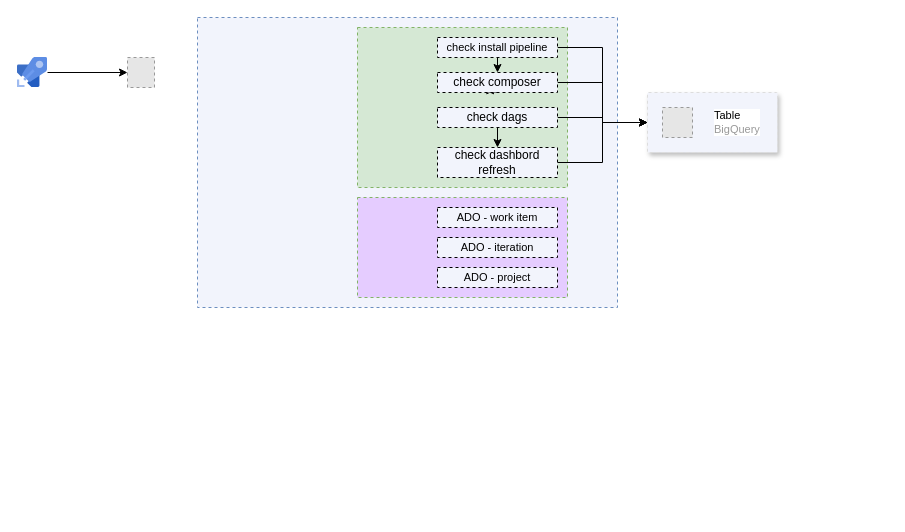
Before: GCP/Untitled Diagram.drawio in yiben-zhengjing/CloudStudy, a draw.io diagram. Source tidied: cells renumbered, new cells numbered last; positions are measured from the earlier drawing's top-left corner, leaving out a move shared by most shapes. Both pictures are drawn from the tidied source at 100%, with x=0, y=0 at pixel (17, 17). Pictures stored in the file or linked from it are replaced by grey dashed boxes.
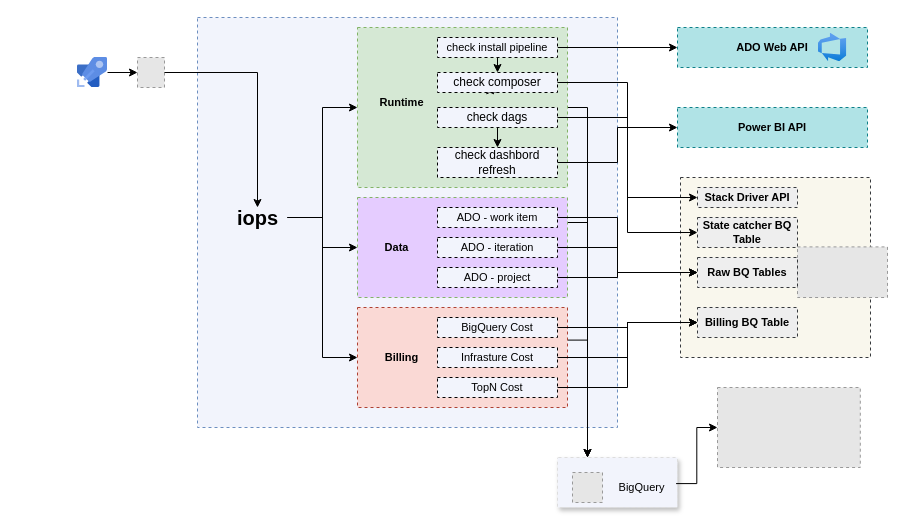
After the change.

Unchanged cells that the change refers to:
```xml
<mxCell id="6" style="whiteSpace=wrap;html=1;rounded=0;dashed=1;fontSize=11;fillColor=#d5e8d4;strokeColor=#82b366;" parent="1" vertex="1">
  <mxGeometry x="340" y="10" width="210" height="160" as="geometry" />
</mxCell>
<mxCell id="9" value="&lt;font style=&quot;font-size: 11px;&quot;&gt;check install pipeline&lt;/font&gt;" style="whiteSpace=wrap;html=1;rounded=0;dashed=1;fillColor=#F2F4FC;" parent="1" vertex="1">
  <mxGeometry x="420" y="20" width="120" height="20" as="geometry" />
</mxCell>
<mxCell id="12" value="check composer" style="whiteSpace=wrap;html=1;rounded=0;dashed=1;fillColor=#F2F4FC;" parent="1" vertex="1">
  <mxGeometry x="420" y="55" width="120" height="20" as="geometry" />
</mxCell>
<mxCell id="15" value="check dags" style="whiteSpace=wrap;html=1;rounded=0;dashed=1;fillColor=#F2F4FC;" parent="1" vertex="1">
  <mxGeometry x="420" y="90" width="120" height="20" as="geometry" />
</mxCell>
<mxCell id="17" value="check dashbord refresh" style="whiteSpace=wrap;html=1;rounded=0;dashed=1;fillColor=#F2F4FC;" parent="1" vertex="1">
  <mxGeometry x="420" y="130" width="120" height="30" as="geometry" />
</mxCell>
<mxCell id="20" style="whiteSpace=wrap;html=1;rounded=0;dashed=1;fontSize=11;fillColor=#E5CCFF;strokeColor=#82b366;" parent="1" vertex="1">
  <mxGeometry x="340" y="180" width="210" height="100" as="geometry" />
</mxCell>
<mxCell id="21" value="&lt;span style=&quot;font-size: 11px;&quot;&gt;ADO - work item&lt;/span&gt;" style="whiteSpace=wrap;html=1;rounded=0;dashed=1;fillColor=#F2F4FC;" parent="1" vertex="1">
  <mxGeometry x="420" y="190" width="120" height="20" as="geometry" />
</mxCell>
<mxCell id="22" value="&lt;span style=&quot;font-size: 11px;&quot;&gt;ADO - iteration&lt;/span&gt;" style="whiteSpace=wrap;html=1;rounded=0;dashed=1;fillColor=#F2F4FC;" parent="1" vertex="1">
  <mxGeometry x="420" y="220" width="120" height="20" as="geometry" />
</mxCell>
<mxCell id="23" value="&lt;span style=&quot;font-size: 11px;&quot;&gt;ADO - project&lt;/span&gt;" style="whiteSpace=wrap;html=1;rounded=0;dashed=1;fillColor=#F2F4FC;" parent="1" vertex="1">
  <mxGeometry x="420" y="250" width="120" height="20" as="geometry" />
</mxCell>
```

Change to the diagram source:
```diff
@@
     <mxCell id="3" style="sketch=0;html=1;points=[];align=center;image;fontSize=12;image=img/lib/mscae/Azure_Pipelines.svg;" parent="1" vertex="1">
-      <mxGeometry y="40" width="30" height="30" as="geometry" />
+      <mxGeometry x="60" y="40" width="30" height="30" as="geometry" />
     </mxCell>
     <mxCell id="4" style="fillColor=#E6E6E6;strokeColor=#999999;dashed=1;verticalLabelPosition=bottom;labelBackgroundColor=#ffffff;verticalAlign=top;" parent="1" vertex="1">
-      <mxGeometry x="110" y="40" width="27" height="30" as="geometry" />
+      <mxGeometry x="120" y="40" width="27" height="30" as="geometry" />
     </mxCell>
     <mxCell id="5" style="whiteSpace=wrap;html=1;rounded=0;dashed=1;fillColor=#F2F4FC;strokeColor=#6c8ebf;" parent="1" vertex="1">
-      <mxGeometry x="180" width="420" height="290" as="geometry" />
+      <mxGeometry x="180" width="420" height="410" as="geometry" />
     </mxCell>
+    <mxCell id="24" style="edgeStyle=orthogonalEdgeStyle;rounded=0;jettySize=auto;html=1;fontSize=20;strokeColor=#000000;strokeWidth=1;" parent="1" edge="1" source="4" target="41">
+      <mxGeometry relative="1" as="geometry" />
+    </mxCell>
+    <mxCell id="25" style="edgeStyle=orthogonalEdgeStyle;rounded=0;jettySize=auto;html=1;exitX=1;exitY=0.5;exitDx=0;exitDy=0;entryX=0.25;entryY=0;entryDx=0;entryDy=0;fontSize=11;strokeColor=#000000;strokeWidth=1;" parent="1" edge="1" source="6" target="18">
+      <mxGeometry relative="1" as="geometry" />
+    </mxCell>
@@
-    <mxCell id="8" style="edgeStyle=orthogonalEdgeStyle;rounded=0;jettySize=auto;html=1;entryX=0;entryY=0.5;entryDx=0;entryDy=0;fontSize=11;strokeColor=#000000;strokeWidth=1;" parent="1" edge="1" source="9" target="18">
-      <mxGeometry relative="1" as="geometry" />
-    </mxCell>
+    <mxCell id="26" style="edgeStyle=orthogonalEdgeStyle;rounded=0;jettySize=auto;html=1;entryX=0;entryY=0.5;entryDx=0;entryDy=0;fontSize=20;strokeColor=#000000;strokeWidth=1;" parent="1" edge="1" source="9" target="43">
+      <mxGeometry relative="1" as="geometry" />
+    </mxCell>
@@
-    <mxCell id="11" style="edgeStyle=orthogonalEdgeStyle;rounded=0;jettySize=auto;html=1;entryX=0;entryY=0.5;entryDx=0;entryDy=0;fontSize=11;strokeColor=#000000;strokeWidth=1;" parent="1" edge="1" source="12" target="18">
-      <mxGeometry relative="1" as="geometry" />
-    </mxCell>
@@
-    <mxCell id="14" style="edgeStyle=orthogonalEdgeStyle;rounded=0;jettySize=auto;html=1;entryX=0;entryY=0.5;entryDx=0;entryDy=0;fontSize=11;strokeColor=#000000;strokeWidth=1;" parent="1" edge="1" source="15" target="18">
-      <mxGeometry relative="1" as="geometry" />
-    </mxCell>
@@
-    <mxCell id="16" style="edgeStyle=orthogonalEdgeStyle;rounded=0;jettySize=auto;html=1;entryX=0;entryY=0.5;entryDx=0;entryDy=0;fontSize=11;strokeColor=#000000;strokeWidth=1;" parent="1" edge="1" source="17" target="18">
-      <mxGeometry relative="1" as="geometry" />
-    </mxCell>
+    <mxCell id="27" style="edgeStyle=orthogonalEdgeStyle;rounded=0;jettySize=auto;html=1;entryX=0;entryY=0.5;entryDx=0;entryDy=0;fontSize=11;strokeColor=#000000;strokeWidth=1;" parent="1" edge="1" source="17" target="61">
+      <mxGeometry relative="1" as="geometry" />
+    </mxCell>
@@
     <mxCell id="18" style="strokeColor=#dddddd;shadow=1;strokeWidth=1;rounded=1;absoluteArcSize=1;arcSize=2;dashed=1;fontSize=11;fillColor=#F2F4FC;" parent="1" vertex="1">
-      <mxGeometry x="630" y="75" width="130" height="60" as="geometry" />
+      <mxGeometry x="540" y="440" width="120" height="50" as="geometry" />
     </mxCell>
-    <mxCell id="19" value="&lt;font color=&quot;#000000&quot;&gt;Table&lt;br&gt;&lt;/font&gt;BigQuery" style="fillColor=#E6E6E6;strokeColor=#999999;dashed=1;html=1;fontColor=#999999;verticalLabelPosition=middle;labelBackgroundColor=#ffffff;verticalAlign=middle;labelPosition=right;align=left;spacingLeft=20;fontSize=11;" parent="18" vertex="1">
+    <mxCell id="19" style="fillColor=#E6E6E6;strokeColor=#999999;dashed=1;html=1;fontColor=#999999;verticalLabelPosition=middle;labelBackgroundColor=#ffffff;verticalAlign=middle;labelPosition=right;align=left;spacingLeft=20;fontSize=11;" parent="18" vertex="1">
       <mxGeometry width="30" height="30" relative="1" as="geometry">
         <mxPoint x="15" y="15" as="offset" />
       </mxGeometry>
     </mxCell>
+    <mxCell id="28" value="&lt;font style=&quot;font-size: 11px;&quot;&gt;BigQuery&lt;/font&gt;" style="text;html=1;align=center;verticalAlign=middle;points=[];fillColor=none;strokeColor=none;rounded=0;fontSize=20;" parent="18" vertex="1">
+      <mxGeometry x="48.6" y="11.1" width="70" height="30" as="geometry" />
+    </mxCell>
+    <mxCell id="29" style="edgeStyle=orthogonalEdgeStyle;rounded=0;jettySize=auto;html=1;entryX=0.25;entryY=0;entryDx=0;entryDy=0;fontSize=11;strokeColor=#000000;strokeWidth=1;exitX=1;exitY=0.25;exitDx=0;exitDy=0;" parent="1" edge="1" source="20" target="18">
+      <mxGeometry relative="1" as="geometry" />
+    </mxCell>
@@
+    <mxCell id="30" value="&lt;b&gt;Runtime&lt;/b&gt;" style="text;html=1;align=center;verticalAlign=middle;fillColor=none;strokeColor=none;rounded=0;dashed=1;fontSize=11;" parent="1" vertex="1">
+      <mxGeometry x="354" y="75" width="60" height="20" as="geometry" />
+    </mxCell>
+    <mxCell id="31" value="&lt;b&gt;Data&lt;/b&gt;" style="text;html=1;align=center;verticalAlign=middle;fillColor=none;strokeColor=none;rounded=0;dashed=1;fontSize=11;" parent="1" vertex="1">
+      <mxGeometry x="359" y="220" width="40" height="20" as="geometry" />
+    </mxCell>
+    <mxCell id="32" style="edgeStyle=orthogonalEdgeStyle;rounded=0;jettySize=auto;html=1;entryX=0.25;entryY=0;entryDx=0;entryDy=0;fontSize=11;strokeColor=#000000;strokeWidth=1;exitX=1;exitY=0.326;exitDx=0;exitDy=0;exitPerimeter=0;" parent="1" edge="1" source="33" target="18">
+      <mxGeometry relative="1" as="geometry" />
+    </mxCell>
+    <mxCell id="33" style="whiteSpace=wrap;html=1;rounded=0;dashed=1;fontSize=11;fillColor=#fad9d5;strokeColor=#ae4132;" parent="1" vertex="1">
+      <mxGeometry x="340" y="290" width="210" height="100" as="geometry" />
+    </mxCell>
+    <mxCell id="34" value="&lt;b&gt;Billing&lt;/b&gt;" style="text;html=1;align=center;verticalAlign=middle;fillColor=none;strokeColor=none;rounded=0;dashed=1;fontSize=11;" parent="1" vertex="1">
+      <mxGeometry x="359" y="330" width="50" height="20" as="geometry" />
+    </mxCell>
+    <mxCell id="35" value="&lt;span style=&quot;font-size: 11px;&quot;&gt;BigQuery Cost&lt;/span&gt;" style="whiteSpace=wrap;html=1;rounded=0;dashed=1;fillColor=#F2F4FC;" parent="1" vertex="1">
+      <mxGeometry x="420" y="300" width="120" height="20" as="geometry" />
+    </mxCell>
+    <mxCell id="36" value="&lt;span style=&quot;font-size: 11px;&quot;&gt;Infrasture Cost&lt;/span&gt;" style="whiteSpace=wrap;html=1;rounded=0;dashed=1;fillColor=#F2F4FC;" parent="1" vertex="1">
+      <mxGeometry x="420" y="330" width="120" height="20" as="geometry" />
+    </mxCell>
+    <mxCell id="37" value="&lt;span style=&quot;font-size: 11px;&quot;&gt;TopN Cost&lt;/span&gt;" style="whiteSpace=wrap;html=1;rounded=0;dashed=1;fillColor=#F2F4FC;" parent="1" vertex="1">
+      <mxGeometry x="420" y="360" width="120" height="20" as="geometry" />
+    </mxCell>
+    <mxCell id="38" style="edgeStyle=orthogonalEdgeStyle;rounded=0;jettySize=auto;html=1;entryX=0;entryY=0.5;entryDx=0;entryDy=0;fontSize=20;strokeColor=#000000;strokeWidth=1;" parent="1" edge="1" source="41" target="6">
+      <mxGeometry relative="1" as="geometry" />
+    </mxCell>
+    <mxCell id="39" style="edgeStyle=orthogonalEdgeStyle;rounded=0;jettySize=auto;html=1;entryX=0;entryY=0.5;entryDx=0;entryDy=0;fontSize=20;strokeColor=#000000;strokeWidth=1;" parent="1" edge="1" source="41" target="20">
+      <mxGeometry relative="1" as="geometry" />
+    </mxCell>
+    <mxCell id="40" style="edgeStyle=orthogonalEdgeStyle;rounded=0;jettySize=auto;html=1;entryX=0;entryY=0.5;entryDx=0;entryDy=0;fontSize=20;strokeColor=#000000;strokeWidth=1;" parent="1" edge="1" source="41" target="33">
+      <mxGeometry relative="1" as="geometry" />
+    </mxCell>
+    <mxCell id="41" value="&lt;font style=&quot;font-size: 20px;&quot;&gt;&lt;b&gt;iops&lt;/b&gt;&lt;/font&gt;" style="text;html=1;align=center;verticalAlign=middle;points=[];fillColor=none;strokeColor=none;rounded=0;dashed=1;fontSize=11;" parent="1" vertex="1">
+      <mxGeometry x="210" y="190" width="60" height="20" as="geometry" />
+    </mxCell>
+    <mxCell id="42" style="fillColor=#E6E6E6;strokeColor=#999999;dashed=1;verticalLabelPosition=bottom;labelBackgroundColor=default;verticalAlign=top;" parent="1" vertex="1">
+      <mxGeometry x="700" y="370" width="142.8" height="80" as="geometry" />
+    </mxCell>
+    <mxCell id="43" value="&lt;b&gt;ADO Web API&lt;/b&gt;" style="whiteSpace=wrap;html=1;rounded=0;dashed=1;fontSize=11;fillColor=#b0e3e6;strokeColor=#0e8088;" parent="1" vertex="1">
+      <mxGeometry x="660" y="10" width="190" height="40" as="geometry" />
+    </mxCell>
+    <mxCell id="44" style="html=1;align=center;image;fontSize=12;image=img/lib/azure2/devops/Azure_DevOps.svg;rounded=0;strokeWidth=3;fillColor=none;" parent="1" vertex="1">
+      <mxGeometry x="800.7" y="15.7" width="28.6" height="28.6" as="geometry" />
+    </mxCell>
+    <mxCell id="45" style="whiteSpace=wrap;html=1;rounded=0;dashed=1;fontSize=11;fillColor=#f9f7ed;strokeColor=#36393d;" parent="1" vertex="1">
+      <mxGeometry x="663" y="160" width="190" height="180" as="geometry" />
+    </mxCell>
+    <mxCell id="46" style="edgeStyle=orthogonalEdgeStyle;rounded=0;jettySize=auto;html=1;entryX=0;entryY=0.5;entryDx=0;entryDy=0;fontSize=11;strokeColor=#000000;strokeWidth=1;" parent="1" edge="1" source="28" target="42">
+      <mxGeometry relative="1" as="geometry" />
+    </mxCell>
+    <mxCell id="47" style="fillColor=#E6E6E6;strokeColor=#999999;dashed=1;verticalLabelPosition=bottom;labelBackgroundColor=default;verticalAlign=top;" parent="1" vertex="1">
+      <mxGeometry x="780" y="229.4" width="90" height="50.6" as="geometry" />
+    </mxCell>
+    <mxCell id="48" value="&lt;b&gt;Stack Driver API&lt;/b&gt;" style="whiteSpace=wrap;html=1;rounded=0;dashed=1;fontSize=11;fillColor=#eeeeee;strokeColor=#36393d;" parent="1" vertex="1">
+      <mxGeometry x="680" y="170" width="100" height="20" as="geometry" />
+    </mxCell>
+    <mxCell id="49" value="&lt;span style=&quot;font-size: 11px;&quot;&gt;&lt;b&gt;State catcher&lt;/b&gt;&lt;/span&gt;&lt;b&gt;&amp;nbsp;BQ Table&lt;/b&gt;" style="whiteSpace=wrap;html=1;rounded=0;dashed=1;fontSize=11;fillColor=#eeeeee;strokeColor=#36393d;" parent="1" vertex="1">
+      <mxGeometry x="680" y="200" width="100" height="30" as="geometry" />
+    </mxCell>
+    <mxCell id="50" style="edgeStyle=orthogonalEdgeStyle;rounded=0;jettySize=auto;html=1;entryX=0;entryY=0.5;entryDx=0;entryDy=0;fontSize=11;strokeColor=#000000;strokeWidth=1;" parent="1" edge="1" source="15" target="49">
+      <mxGeometry relative="1" as="geometry" />
+    </mxCell>
+    <mxCell id="51" style="edgeStyle=orthogonalEdgeStyle;rounded=0;jettySize=auto;html=1;entryX=0;entryY=0.5;entryDx=0;entryDy=0;fontSize=11;strokeColor=#000000;strokeWidth=1;" parent="1" edge="1" source="12" target="48">
+      <mxGeometry relative="1" as="geometry" />
+    </mxCell>
+    <mxCell id="52" value="&lt;b&gt;Raw BQ Tables&lt;/b&gt;" style="whiteSpace=wrap;html=1;rounded=0;dashed=1;fontSize=11;fillColor=#eeeeee;strokeColor=#36393d;" parent="1" vertex="1">
+      <mxGeometry x="680" y="240" width="100" height="30" as="geometry" />
+    </mxCell>
+    <mxCell id="53" value="&lt;b&gt;Billing BQ Table&lt;/b&gt;" style="whiteSpace=wrap;html=1;rounded=0;dashed=1;fontSize=11;fillColor=#eeeeee;strokeColor=#36393d;" parent="1" vertex="1">
+      <mxGeometry x="680" y="290" width="100" height="30" as="geometry" />
+    </mxCell>
+    <mxCell id="54" style="edgeStyle=orthogonalEdgeStyle;rounded=0;orthogonalLoop=1;jettySize=auto;html=1;exitX=0.5;exitY=1;exitDx=0;exitDy=0;fontSize=11;strokeColor=#000000;strokeWidth=1;" parent="1" edge="1" source="53" target="53">
+      <mxGeometry relative="1" as="geometry" />
+    </mxCell>
+    <mxCell id="55" style="edgeStyle=orthogonalEdgeStyle;rounded=0;jettySize=auto;html=1;entryX=0;entryY=0.5;entryDx=0;entryDy=0;fontSize=11;strokeColor=#000000;strokeWidth=1;" parent="1" edge="1" source="21" target="52">
+      <mxGeometry relative="1" as="geometry">
+        <Array as="points">
+          <mxPoint x="600" y="200" />
+          <mxPoint x="600" y="255" />
+        </Array>
+      </mxGeometry>
+    </mxCell>
+    <mxCell id="56" style="edgeStyle=orthogonalEdgeStyle;rounded=0;jettySize=auto;html=1;entryX=0;entryY=0.5;entryDx=0;entryDy=0;fontSize=11;strokeColor=#000000;strokeWidth=1;" parent="1" edge="1" source="22" target="52">
+      <mxGeometry relative="1" as="geometry">
+        <Array as="points">
+          <mxPoint x="600" y="230" />
+          <mxPoint x="600" y="255" />
+        </Array>
+      </mxGeometry>
+    </mxCell>
+    <mxCell id="57" style="edgeStyle=orthogonalEdgeStyle;rounded=0;jettySize=auto;html=1;entryX=0;entryY=0.5;entryDx=0;entryDy=0;fontSize=11;strokeColor=#000000;strokeWidth=1;" parent="1" edge="1" source="23" target="52">
+      <mxGeometry relative="1" as="geometry">
+        <Array as="points">
+          <mxPoint x="600" y="260" />
+          <mxPoint x="600" y="255" />
+        </Array>
+      </mxGeometry>
+    </mxCell>
+    <mxCell id="58" style="edgeStyle=orthogonalEdgeStyle;rounded=0;jettySize=auto;html=1;entryX=0;entryY=0.5;entryDx=0;entryDy=0;fontSize=11;strokeColor=#000000;strokeWidth=1;" parent="1" edge="1" source="35" target="53">
+      <mxGeometry relative="1" as="geometry" />
+    </mxCell>
+    <mxCell id="59" style="edgeStyle=orthogonalEdgeStyle;rounded=0;jettySize=auto;html=1;entryX=0;entryY=0.5;entryDx=0;entryDy=0;fontSize=11;strokeColor=#000000;strokeWidth=1;" parent="1" edge="1" source="36" target="53">
+      <mxGeometry relative="1" as="geometry" />
+    </mxCell>
+    <mxCell id="60" style="edgeStyle=orthogonalEdgeStyle;rounded=0;jettySize=auto;html=1;entryX=0;entryY=0.5;entryDx=0;entryDy=0;fontSize=11;strokeColor=#000000;strokeWidth=1;" parent="1" edge="1" source="37" target="53">
+      <mxGeometry relative="1" as="geometry" />
+    </mxCell>
+    <mxCell id="61" value="&lt;b&gt;Power BI API&lt;/b&gt;" style="whiteSpace=wrap;html=1;rounded=0;dashed=1;fontSize=11;fillColor=#b0e3e6;strokeColor=#0e8088;" parent="1" vertex="1">
+      <mxGeometry x="660" y="90" width="190" height="40" as="geometry" />
+    </mxCell>
```
